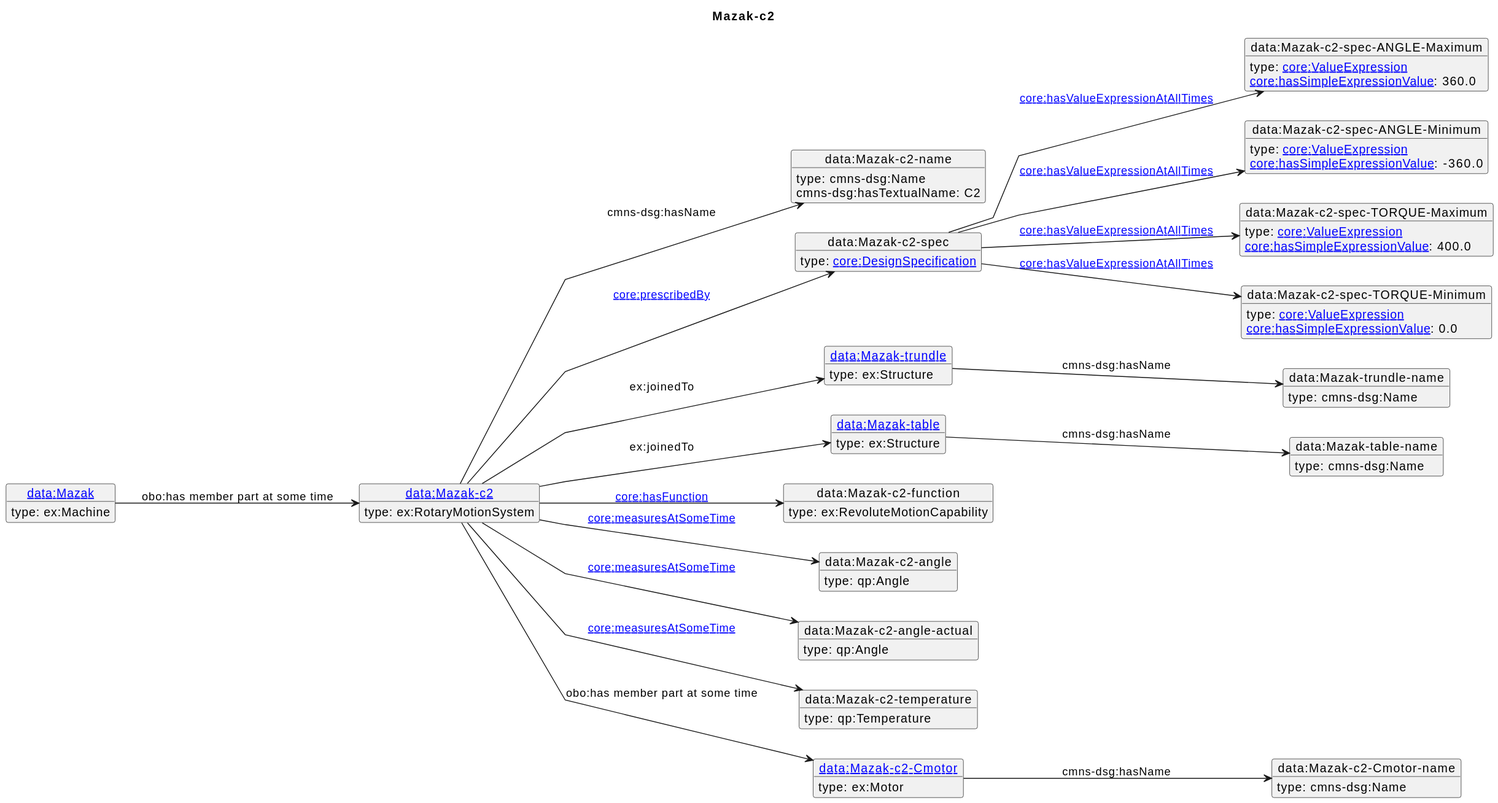
This is diagrams/Mazak-c2.svg from iofoundry/example-syseng-mtconnect, a PlantUML export, as it was before one commit.
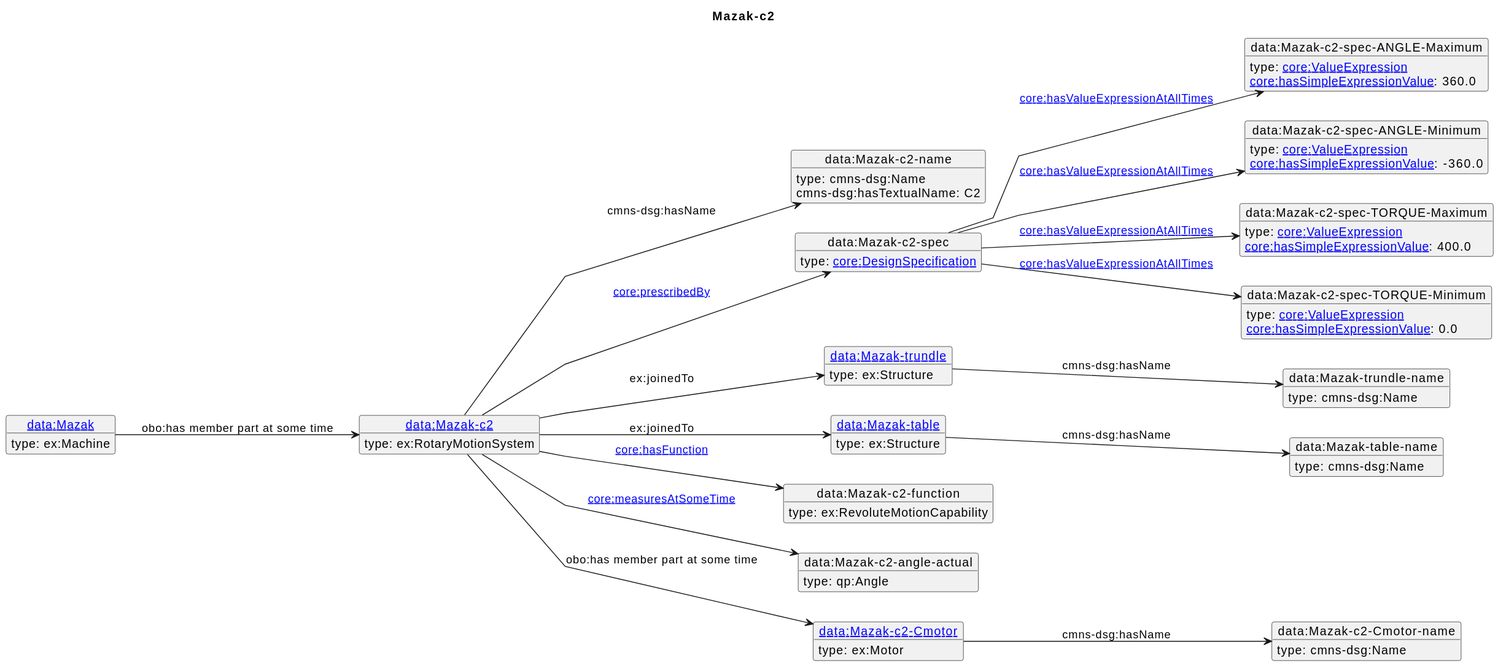
After the commit.

The edit, as a diff of the source:
```diff
@@ -38,22 +38,16 @@
 object "data:Mazak-c2-function" as o12 {
  type: ex:RevoluteMotionCapability
 }
-object "data:Mazak-c2-angle" as o13 {
+object "data:Mazak-c2-angle-actual" as o13 {
  type: qp:Angle
 }
-object "data:Mazak-c2-angle-actual" as o14 {
- type: qp:Angle
-}
-object "data:Mazak-c2-temperature" as o15 {
- type: qp:Temperature
-}
-object "[[./Mazak-c2-Cmotor.html data:Mazak-c2-Cmotor]]" as o16 {
+object "[[./Mazak-c2-Cmotor.html data:Mazak-c2-Cmotor]]" as o14 {
  type: ex:Motor
 }
-object "data:Mazak-c2-Cmotor-name" as o17 {
+object "data:Mazak-c2-Cmotor-name" as o15 {
  type: cmns-dsg:Name
 }
-object "[[./Mazak.html data:Mazak]]" as o18 {
+object "[[./Mazak.html data:Mazak]]" as o16 {
  type: ex:Machine
 }
 o1 --> o2 : cmns-dsg:hasName
@@ -73,9 +67,7 @@
 o10 --> o11 : cmns-dsg:hasName
 o1 --> o12 : [[https://spec.industrialontologies.org/ontology/core/Core/hasFunction core:hasFunction]]
 o1 --> o13 : [[https://spec.industrialontologies.org/ontology/core/Core/measuresAtSomeTime core:measuresAtSomeTime]]
-o1 --> o14 : [[https://spec.industrialontologies.org/ontology/core/Core/measuresAtSomeTime core:measuresAtSomeTime]]
-o1 --> o15 : [[https://spec.industrialontologies.org/ontology/core/Core/measuresAtSomeTime core:measuresAtSomeTime]]
-o1 --> o16 : obo:has member part at some time
-o16 --> o17 : cmns-dsg:hasName
-o18 --> o1 : obo:has member part at some time
+o1 --> o14 : obo:has member part at some time
+o14 --> o15 : cmns-dsg:hasName
+o16 --> o1 : obo:has member part at some time
 @enduml
```
